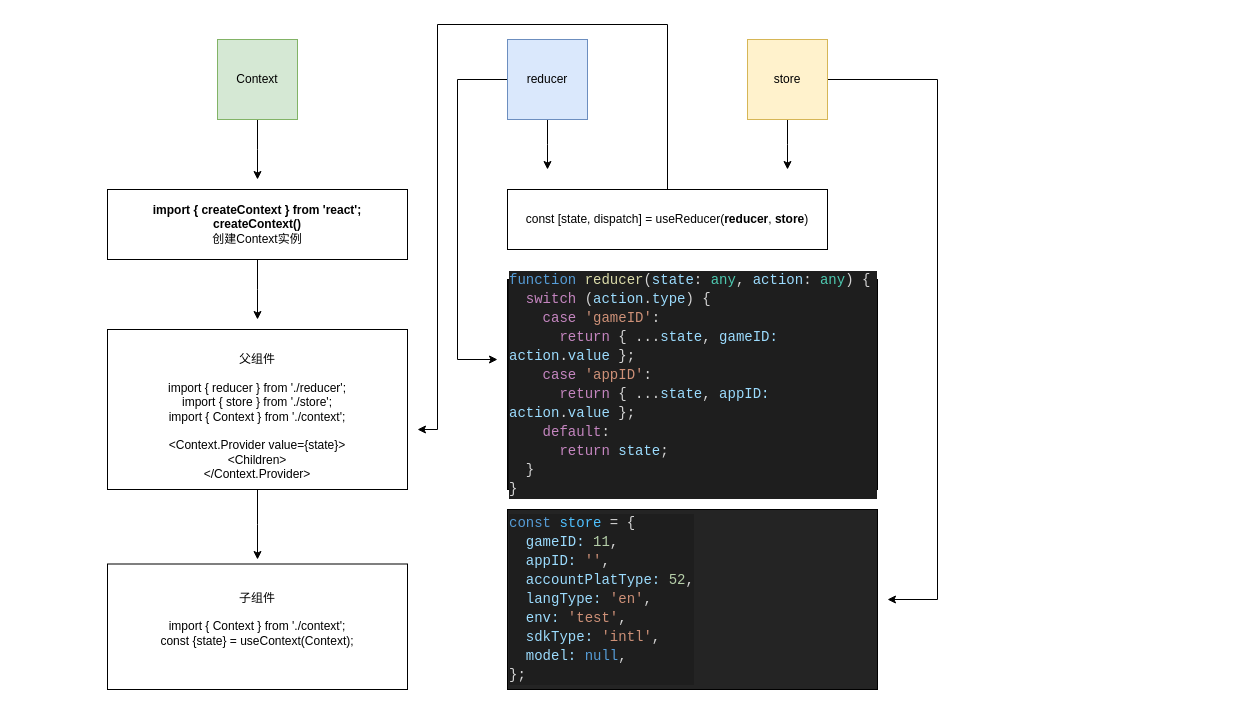
Earlier version of the draw.io diagram reducer状态共享模型.drawio (SuperYun/diagramFile). Source tidied: cells renumbered, new cells numbered last; positions are measured from the earlier drawing's top-left corner, leaving out a move shared by most shapes. Both pictures are drawn from the tidied source at 100%, with x=0, y=0 at pixel (107, 24).
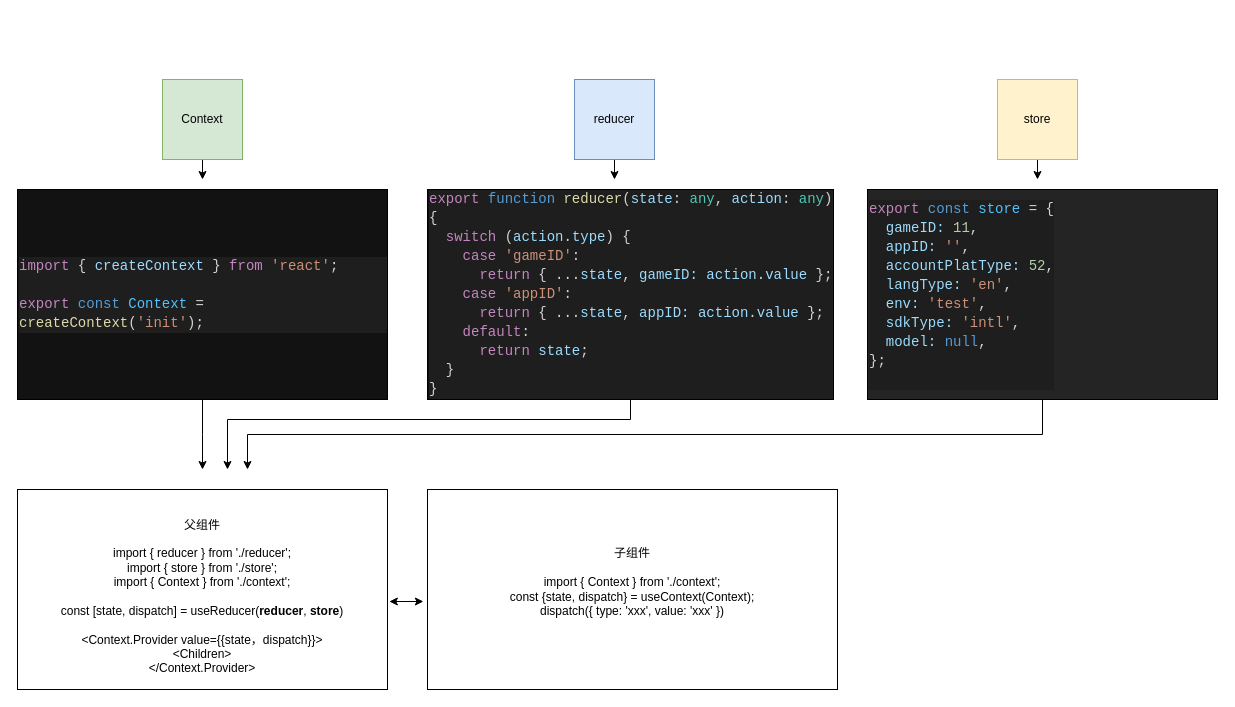
After the change.

Commit message:
Update reducer状态共享模型.drawio

Diff of the diagram source:
```diff
@@
-    <mxCell id="2" style="edgeStyle=orthogonalEdgeStyle;rounded=0;jettySize=auto;html=1;exitX=0;exitY=0.5;exitDx=0;exitDy=0;" parent="1" edge="1" source="4">
-      <mxGeometry relative="1" as="geometry">
-        <mxPoint x="390" y="335" as="targetPoint" />
-        <Array as="points">
-          <mxPoint x="350" y="55" />
-        </Array>
-      </mxGeometry>
-    </mxCell>
     <mxCell id="3" style="edgeStyle=orthogonalEdgeStyle;rounded=0;jettySize=auto;html=1;exitX=0.5;exitY=1;exitDx=0;exitDy=0;" parent="1" edge="1" source="4">
       <mxGeometry relative="1" as="geometry">
-        <mxPoint x="440" y="145" as="targetPoint" />
+        <mxPoint x="507" y="155" as="targetPoint" />
       </mxGeometry>
     </mxCell>
     <mxCell id="4" value="reducer" style="whiteSpace=wrap;html=1;fillColor=#dae8fc;strokeColor=#6c8ebf;" parent="1" vertex="1">
-      <mxGeometry x="400" y="15" width="80" height="80" as="geometry" />
+      <mxGeometry x="467" y="55" width="80" height="80" as="geometry" />
     </mxCell>
     <mxCell id="5" style="edgeStyle=orthogonalEdgeStyle;rounded=0;jettySize=auto;html=1;exitX=0.5;exitY=1;exitDx=0;exitDy=0;" parent="1" edge="1" source="7">
       <mxGeometry relative="1" as="geometry">
-        <mxPoint x="680" y="145" as="targetPoint" />
+        <mxPoint x="930" y="155" as="targetPoint" />
       </mxGeometry>
     </mxCell>
-    <mxCell id="6" style="edgeStyle=orthogonalEdgeStyle;rounded=0;jettySize=auto;html=1;exitX=1;exitY=0.5;exitDx=0;exitDy=0;" parent="1" edge="1" source="7">
-      <mxGeometry relative="1" as="geometry">
-        <mxPoint x="780" y="575" as="targetPoint" />
-        <Array as="points">
-          <mxPoint x="830" y="55" />
-        </Array>
-      </mxGeometry>
-    </mxCell>
     <mxCell id="7" value="store" style="whiteSpace=wrap;html=1;fillColor=#fff2cc;strokeColor=#d6b656;" parent="1" vertex="1">
-      <mxGeometry x="640" y="15" width="80" height="80" as="geometry" />
+      <mxGeometry x="890" y="55" width="80" height="80" as="geometry" />
     </mxCell>
     <mxCell id="8" style="edgeStyle=orthogonalEdgeStyle;rounded=0;jettySize=auto;html=1;exitX=0.5;exitY=1;exitDx=0;exitDy=0;" parent="1" edge="1" source="9">
       <mxGeometry relative="1" as="geometry">
-        <mxPoint x="150" y="155" as="targetPoint" />
+        <mxPoint x="95" y="155" as="targetPoint" />
       </mxGeometry>
     </mxCell>
     <mxCell id="9" value="Context" style="whiteSpace=wrap;html=1;fillColor=#d5e8d4;strokeColor=#82b366;" parent="1" vertex="1">
-      <mxGeometry x="110" y="15" width="80" height="80" as="geometry" />
+      <mxGeometry x="55" y="55" width="80" height="80" as="geometry" />
     </mxCell>
-    <mxCell id="10" style="edgeStyle=orthogonalEdgeStyle;rounded=0;jettySize=auto;html=1;exitX=0.5;exitY=1;exitDx=0;exitDy=0;" parent="1" edge="1" source="11">
-      <mxGeometry relative="1" as="geometry">
-        <mxPoint x="150" y="295" as="targetPoint" />
-      </mxGeometry>
-    </mxCell>
+    <mxCell id="19" style="edgeStyle=orthogonalEdgeStyle;rounded=0;jettySize=auto;html=1;exitX=0.5;exitY=1;exitDx=0;exitDy=0;" parent="1" edge="1" source="11">
+      <mxGeometry relative="1" as="geometry">
+        <mxPoint x="95" y="445" as="targetPoint" />
+      </mxGeometry>
+    </mxCell>
-    <mxCell id="11" value="&lt;b&gt;import { createContext } from 'react';&lt;/b&gt;&lt;br&gt;&lt;b&gt;createContext()&lt;/b&gt;&lt;br&gt;&lt;div&gt;&lt;span&gt;创建Context实例&lt;/span&gt;&lt;/div&gt;" style="rounded=0;whiteSpace=wrap;html=1;align=center;" parent="1" vertex="1">
-      <mxGeometry y="165" width="300" height="70" as="geometry" />
+    <mxCell id="11" value="&lt;div style=&quot;color: rgb(212 , 212 , 212) ; background-color: rgb(30 , 30 , 30) ; font-family: &amp;#34;consolas&amp;#34; , &amp;#34;courier new&amp;#34; , monospace ; font-size: 14px ; line-height: 19px&quot;&gt;&lt;div&gt;&lt;span style=&quot;color: #c586c0&quot;&gt;import&lt;/span&gt; { &lt;span style=&quot;color: #9cdcfe&quot;&gt;createContext&lt;/span&gt; } &lt;span style=&quot;color: #c586c0&quot;&gt;from&lt;/span&gt; &lt;span style=&quot;color: #ce9178&quot;&gt;'react'&lt;/span&gt;;&lt;/div&gt;&lt;br&gt;&lt;div&gt;&lt;span style=&quot;color: #c586c0&quot;&gt;export&lt;/span&gt; &lt;span style=&quot;color: #569cd6&quot;&gt;const&lt;/span&gt; &lt;span style=&quot;color: #4fc1ff&quot;&gt;Context&lt;/span&gt; = &lt;span style=&quot;color: #dcdcaa&quot;&gt;createContext&lt;/span&gt;(&lt;span style=&quot;color: #ce9178&quot;&gt;'init'&lt;/span&gt;);&lt;/div&gt;&lt;/div&gt;" style="rounded=0;whiteSpace=wrap;html=1;align=left;fillColor=#121212;" parent="1" vertex="1">
+      <mxGeometry x="-90" y="165" width="370" height="210" as="geometry" />
     </mxCell>
-    <mxCell id="12" style="edgeStyle=orthogonalEdgeStyle;rounded=0;jettySize=auto;html=1;exitX=0.5;exitY=1;exitDx=0;exitDy=0;" parent="1" edge="1" source="13">
-      <mxGeometry relative="1" as="geometry">
-        <mxPoint x="150" y="535" as="targetPoint" />
-      </mxGeometry>
-    </mxCell>
-    <mxCell id="13" value="&lt;br&gt;父组件&lt;br&gt;&lt;br&gt;&lt;div&gt;import { reducer } from './reducer';&lt;/div&gt;&lt;div&gt;import { store } from './store';&lt;/div&gt;&lt;div&gt;import { Context } from './context';&lt;/div&gt;&lt;br&gt;&amp;lt;Context.Provider value={state}&amp;gt;&lt;br&gt;&amp;lt;Children&amp;gt;&lt;br&gt;&amp;lt;/Context.Provider&amp;gt;" style="rounded=0;whiteSpace=wrap;html=1;" parent="1" vertex="1">
-      <mxGeometry y="305" width="300" height="160" as="geometry" />
+    <mxCell id="13" value="&lt;br&gt;父组件&lt;br&gt;&lt;br&gt;&lt;div&gt;import { reducer } from './reducer';&lt;/div&gt;&lt;div&gt;import { store } from './store';&lt;/div&gt;&lt;div&gt;import { Context } from './context';&lt;/div&gt;&lt;div&gt;&lt;br&gt;&lt;/div&gt;&lt;div&gt;const [state, dispatch] = useReducer(&lt;b&gt;reducer&lt;/b&gt;,&amp;nbsp;&lt;b&gt;store&lt;/b&gt;)&lt;br&gt;&lt;/div&gt;&lt;br&gt;&amp;lt;Context.Provider value={{state，dispatch}}&amp;gt;&lt;br&gt;&amp;lt;Children&amp;gt;&lt;br&gt;&amp;lt;/Context.Provider&amp;gt;" style="rounded=0;whiteSpace=wrap;html=1;" parent="1" vertex="1">
+      <mxGeometry x="-90" y="465" width="370" height="200" as="geometry" />
     </mxCell>
-    <mxCell id="14" style="edgeStyle=orthogonalEdgeStyle;rounded=0;jettySize=auto;html=1;exitX=0.5;exitY=0;exitDx=0;exitDy=0;" parent="1" edge="1" source="15">
-      <mxGeometry relative="1" as="geometry">
-        <mxPoint x="310" y="405" as="targetPoint" />
-        <Array as="points">
-          <mxPoint x="560" />
-          <mxPoint x="330" />
-          <mxPoint x="330" y="405" />
-        </Array>
-      </mxGeometry>
-    </mxCell>
-    <mxCell id="15" value="const [state, dispatch] = useReducer(&lt;b&gt;reducer&lt;/b&gt;, &lt;b&gt;store&lt;/b&gt;)" style="rounded=0;whiteSpace=wrap;html=1;align=center;" parent="1" vertex="1">
-      <mxGeometry x="400" y="165" width="320" height="60" as="geometry" />
-    </mxCell>
+    <mxCell id="20" style="edgeStyle=orthogonalEdgeStyle;rounded=0;jettySize=auto;html=1;exitX=0.5;exitY=1;exitDx=0;exitDy=0;" parent="1" edge="1" source="16">
+      <mxGeometry relative="1" as="geometry">
+        <mxPoint x="120" y="445" as="targetPoint" />
+        <Array as="points">
+          <mxPoint x="523" y="395" />
+          <mxPoint x="120" y="395" />
+        </Array>
+      </mxGeometry>
+    </mxCell>
-    <mxCell id="16" value="&lt;div style=&quot;color: rgb(212 , 212 , 212) ; background-color: rgb(30 , 30 , 30) ; font-family: &amp;#34;consolas&amp;#34; , &amp;#34;courier new&amp;#34; , monospace ; font-size: 14px ; line-height: 19px&quot;&gt;&lt;div&gt;&lt;span style=&quot;color: #569cd6&quot;&gt;function&lt;/span&gt; &lt;span style=&quot;color: #dcdcaa&quot;&gt;reducer&lt;/span&gt;(&lt;span style=&quot;color: #9cdcfe&quot;&gt;state&lt;/span&gt;: &lt;span style=&quot;color: #4ec9b0&quot;&gt;any&lt;/span&gt;, &lt;span style=&quot;color: #9cdcfe&quot;&gt;action&lt;/span&gt;: &lt;span style=&quot;color: #4ec9b0&quot;&gt;any&lt;/span&gt;) {&lt;/div&gt;&lt;div&gt;&amp;nbsp; &lt;span style=&quot;color: #c586c0&quot;&gt;switch&lt;/span&gt; (&lt;span style=&quot;color: #9cdcfe&quot;&gt;action&lt;/span&gt;.&lt;span style=&quot;color: #9cdcfe&quot;&gt;type&lt;/span&gt;) {&lt;/div&gt;&lt;div&gt;&amp;nbsp; &amp;nbsp; &lt;span style=&quot;color: #c586c0&quot;&gt;case&lt;/span&gt; &lt;span style=&quot;color: #ce9178&quot;&gt;'gameID'&lt;/span&gt;:&lt;/div&gt;&lt;div&gt;&amp;nbsp; &amp;nbsp; &amp;nbsp; &lt;span style=&quot;color: #c586c0&quot;&gt;return&lt;/span&gt; { ...&lt;span style=&quot;color: #9cdcfe&quot;&gt;state&lt;/span&gt;, &lt;span style=&quot;color: #9cdcfe&quot;&gt;gameID&lt;/span&gt;&lt;span style=&quot;color: #9cdcfe&quot;&gt;:&lt;/span&gt; &lt;span style=&quot;color: #9cdcfe&quot;&gt;action&lt;/span&gt;.&lt;span style=&quot;color: #9cdcfe&quot;&gt;value&lt;/span&gt; };&lt;/div&gt;&lt;div&gt;&amp;nbsp; &amp;nbsp; &lt;span style=&quot;color: #c586c0&quot;&gt;case&lt;/span&gt; &lt;span style=&quot;color: #ce9178&quot;&gt;'appID'&lt;/span&gt;:&lt;/div&gt;&lt;div&gt;&amp;nbsp; &amp;nbsp; &amp;nbsp; &lt;span style=&quot;color: #c586c0&quot;&gt;return&lt;/span&gt; { ...&lt;span style=&quot;color: #9cdcfe&quot;&gt;state&lt;/span&gt;, &lt;span style=&quot;color: #9cdcfe&quot;&gt;appID&lt;/span&gt;&lt;span style=&quot;color: #9cdcfe&quot;&gt;:&lt;/span&gt; &lt;span style=&quot;color: #9cdcfe&quot;&gt;action&lt;/span&gt;.&lt;span style=&quot;color: #9cdcfe&quot;&gt;value&lt;/span&gt; };&lt;/div&gt;&lt;div&gt;&amp;nbsp; &amp;nbsp; &lt;span style=&quot;color: #c586c0&quot;&gt;default&lt;/span&gt;:&lt;/div&gt;&lt;div&gt;&amp;nbsp; &amp;nbsp; &amp;nbsp; &lt;span style=&quot;color: #c586c0&quot;&gt;return&lt;/span&gt; &lt;span style=&quot;color: #9cdcfe&quot;&gt;state&lt;/span&gt;;&lt;/div&gt;&lt;div&gt;&amp;nbsp; }&lt;/div&gt;&lt;div&gt;}&lt;/div&gt;&lt;/div&gt;" style="rounded=0;whiteSpace=wrap;html=1;align=left;fillColor=#0F0F0F;" parent="1" vertex="1">
-      <mxGeometry x="400" y="255" width="370" height="210" as="geometry" />
+    <mxCell id="16" value="&lt;div style=&quot;color: rgb(212 , 212 , 212) ; background-color: rgb(30 , 30 , 30) ; font-family: &amp;#34;consolas&amp;#34; , &amp;#34;courier new&amp;#34; , monospace ; font-size: 14px ; line-height: 19px&quot;&gt;&lt;div style=&quot;font-family: &amp;#34;consolas&amp;#34; , &amp;#34;courier new&amp;#34; , monospace ; line-height: 19px&quot;&gt;&lt;div&gt;&lt;span style=&quot;color: #c586c0&quot;&gt;export&lt;/span&gt; &lt;span style=&quot;color: #569cd6&quot;&gt;function&lt;/span&gt; &lt;span style=&quot;color: #dcdcaa&quot;&gt;reducer&lt;/span&gt;(&lt;span style=&quot;color: #9cdcfe&quot;&gt;state&lt;/span&gt;: &lt;span style=&quot;color: #4ec9b0&quot;&gt;any&lt;/span&gt;, &lt;span style=&quot;color: #9cdcfe&quot;&gt;action&lt;/span&gt;: &lt;span style=&quot;color: #4ec9b0&quot;&gt;any&lt;/span&gt;) {&lt;/div&gt;&lt;div&gt;&amp;nbsp; &lt;span style=&quot;color: #c586c0&quot;&gt;switch&lt;/span&gt; (&lt;span style=&quot;color: #9cdcfe&quot;&gt;action&lt;/span&gt;.&lt;span style=&quot;color: #9cdcfe&quot;&gt;type&lt;/span&gt;) {&lt;/div&gt;&lt;div&gt;&amp;nbsp; &amp;nbsp; &lt;span style=&quot;color: #c586c0&quot;&gt;case&lt;/span&gt; &lt;span style=&quot;color: #ce9178&quot;&gt;'gameID'&lt;/span&gt;:&lt;/div&gt;&lt;div&gt;&amp;nbsp; &amp;nbsp; &amp;nbsp; &lt;span style=&quot;color: #c586c0&quot;&gt;return&lt;/span&gt; { ...&lt;span style=&quot;color: #9cdcfe&quot;&gt;state&lt;/span&gt;, &lt;span style=&quot;color: #9cdcfe&quot;&gt;gameID&lt;/span&gt;&lt;span style=&quot;color: #9cdcfe&quot;&gt;:&lt;/span&gt; &lt;span style=&quot;color: #9cdcfe&quot;&gt;action&lt;/span&gt;.&lt;span style=&quot;color: #9cdcfe&quot;&gt;value&lt;/span&gt; };&lt;/div&gt;&lt;div&gt;&amp;nbsp; &amp;nbsp; &lt;span style=&quot;color: #c586c0&quot;&gt;case&lt;/span&gt; &lt;span style=&quot;color: #ce9178&quot;&gt;'appID'&lt;/span&gt;:&lt;/div&gt;&lt;div&gt;&amp;nbsp; &amp;nbsp; &amp;nbsp; &lt;span style=&quot;color: #c586c0&quot;&gt;return&lt;/span&gt; { ...&lt;span style=&quot;color: #9cdcfe&quot;&gt;state&lt;/span&gt;, &lt;span style=&quot;color: #9cdcfe&quot;&gt;appID&lt;/span&gt;&lt;span style=&quot;color: #9cdcfe&quot;&gt;:&lt;/span&gt; &lt;span style=&quot;color: #9cdcfe&quot;&gt;action&lt;/span&gt;.&lt;span style=&quot;color: #9cdcfe&quot;&gt;value&lt;/span&gt; };&lt;/div&gt;&lt;div&gt;&amp;nbsp; &amp;nbsp; &lt;span style=&quot;color: #c586c0&quot;&gt;default&lt;/span&gt;:&lt;/div&gt;&lt;div&gt;&amp;nbsp; &amp;nbsp; &amp;nbsp; &lt;span style=&quot;color: #c586c0&quot;&gt;return&lt;/span&gt; &lt;span style=&quot;color: #9cdcfe&quot;&gt;state&lt;/span&gt;;&lt;/div&gt;&lt;div&gt;&amp;nbsp; }&lt;/div&gt;&lt;div&gt;}&lt;/div&gt;&lt;/div&gt;&lt;/div&gt;" style="rounded=0;whiteSpace=wrap;html=1;align=left;fillColor=#0F0F0F;" parent="1" vertex="1">
+      <mxGeometry x="320" y="165" width="406" height="210" as="geometry" />
     </mxCell>
+    <mxCell id="21" style="edgeStyle=orthogonalEdgeStyle;rounded=0;jettySize=auto;html=1;exitX=0.5;exitY=1;exitDx=0;exitDy=0;" parent="1" edge="1" source="17">
+      <mxGeometry relative="1" as="geometry">
+        <mxPoint x="140" y="445" as="targetPoint" />
+        <Array as="points">
+          <mxPoint x="935" y="410" />
+          <mxPoint x="140" y="410" />
+          <mxPoint x="140" y="445" />
+        </Array>
+      </mxGeometry>
+    </mxCell>
-    <mxCell id="17" value="&lt;div style=&quot;color: rgb(212 , 212 , 212) ; background-color: rgb(30 , 30 , 30) ; font-family: &amp;#34;consolas&amp;#34; , &amp;#34;courier new&amp;#34; , monospace ; font-size: 14px ; line-height: 19px&quot;&gt;&lt;div&gt;&lt;span style=&quot;color: #569cd6&quot;&gt;const&lt;/span&gt; &lt;span style=&quot;color: #4fc1ff&quot;&gt;store&lt;/span&gt; = {&lt;/div&gt;&lt;div&gt;&amp;nbsp; &lt;span style=&quot;color: #9cdcfe&quot;&gt;gameID&lt;/span&gt;&lt;span style=&quot;color: #9cdcfe&quot;&gt;:&lt;/span&gt; &lt;span style=&quot;color: #b5cea8&quot;&gt;11&lt;/span&gt;,&lt;/div&gt;&lt;div&gt;&amp;nbsp; &lt;span style=&quot;color: #9cdcfe&quot;&gt;appID&lt;/span&gt;&lt;span style=&quot;color: #9cdcfe&quot;&gt;:&lt;/span&gt; &lt;span style=&quot;color: #ce9178&quot;&gt;''&lt;/span&gt;,&lt;/div&gt;&lt;div&gt;&amp;nbsp; &lt;span style=&quot;color: #9cdcfe&quot;&gt;accountPlatType&lt;/span&gt;&lt;span style=&quot;color: #9cdcfe&quot;&gt;:&lt;/span&gt; &lt;span style=&quot;color: #b5cea8&quot;&gt;52&lt;/span&gt;,&lt;/div&gt;&lt;div&gt;&amp;nbsp; &lt;span style=&quot;color: #9cdcfe&quot;&gt;langType&lt;/span&gt;&lt;span style=&quot;color: #9cdcfe&quot;&gt;:&lt;/span&gt; &lt;span style=&quot;color: #ce9178&quot;&gt;'en'&lt;/span&gt;,&lt;/div&gt;&lt;div&gt;&amp;nbsp; &lt;span style=&quot;color: #9cdcfe&quot;&gt;env&lt;/span&gt;&lt;span style=&quot;color: #9cdcfe&quot;&gt;:&lt;/span&gt; &lt;span style=&quot;color: #ce9178&quot;&gt;'test'&lt;/span&gt;,&lt;/div&gt;&lt;div&gt;&amp;nbsp; &lt;span style=&quot;color: #9cdcfe&quot;&gt;sdkType&lt;/span&gt;&lt;span style=&quot;color: #9cdcfe&quot;&gt;:&lt;/span&gt; &lt;span style=&quot;color: #ce9178&quot;&gt;'intl'&lt;/span&gt;,&lt;/div&gt;&lt;div&gt;&amp;nbsp; &lt;span style=&quot;color: #9cdcfe&quot;&gt;model&lt;/span&gt;&lt;span style=&quot;color: #9cdcfe&quot;&gt;:&lt;/span&gt; &lt;span style=&quot;color: #569cd6&quot;&gt;null&lt;/span&gt;,&lt;/div&gt;&lt;div&gt;};&lt;/div&gt;&lt;/div&gt;" style="rounded=0;whiteSpace=wrap;html=1;align=left;fillColor=#242424;" parent="1" vertex="1">
-      <mxGeometry x="400" y="485" width="370" height="180" as="geometry" />
+    <mxCell id="17" value="&lt;div style=&quot;color: rgb(212 , 212 , 212) ; background-color: rgb(30 , 30 , 30) ; font-family: &amp;#34;consolas&amp;#34; , &amp;#34;courier new&amp;#34; , monospace ; font-size: 14px ; line-height: 19px&quot;&gt;&lt;div style=&quot;font-family: &amp;#34;consolas&amp;#34; , &amp;#34;courier new&amp;#34; , monospace ; line-height: 19px&quot;&gt;&lt;div&gt;&lt;span style=&quot;color: #c586c0&quot;&gt;export&lt;/span&gt; &lt;span style=&quot;color: #569cd6&quot;&gt;const&lt;/span&gt; &lt;span style=&quot;color: #4fc1ff&quot;&gt;store&lt;/span&gt; = {&lt;/div&gt;&lt;div&gt;&amp;nbsp; &lt;span style=&quot;color: #9cdcfe&quot;&gt;gameID&lt;/span&gt;&lt;span style=&quot;color: #9cdcfe&quot;&gt;:&lt;/span&gt; &lt;span style=&quot;color: #b5cea8&quot;&gt;11&lt;/span&gt;,&lt;/div&gt;&lt;div&gt;&amp;nbsp; &lt;span style=&quot;color: #9cdcfe&quot;&gt;appID&lt;/span&gt;&lt;span style=&quot;color: #9cdcfe&quot;&gt;:&lt;/span&gt; &lt;span style=&quot;color: #ce9178&quot;&gt;''&lt;/span&gt;,&lt;/div&gt;&lt;div&gt;&amp;nbsp; &lt;span style=&quot;color: #9cdcfe&quot;&gt;accountPlatType&lt;/span&gt;&lt;span style=&quot;color: #9cdcfe&quot;&gt;:&lt;/span&gt; &lt;span style=&quot;color: #b5cea8&quot;&gt;52&lt;/span&gt;,&lt;/div&gt;&lt;div&gt;&amp;nbsp; &lt;span style=&quot;color: #9cdcfe&quot;&gt;langType&lt;/span&gt;&lt;span style=&quot;color: #9cdcfe&quot;&gt;:&lt;/span&gt; &lt;span style=&quot;color: #ce9178&quot;&gt;'en'&lt;/span&gt;,&lt;/div&gt;&lt;div&gt;&amp;nbsp; &lt;span style=&quot;color: #9cdcfe&quot;&gt;env&lt;/span&gt;&lt;span style=&quot;color: #9cdcfe&quot;&gt;:&lt;/span&gt; &lt;span style=&quot;color: #ce9178&quot;&gt;'test'&lt;/span&gt;,&lt;/div&gt;&lt;div&gt;&amp;nbsp; &lt;span style=&quot;color: #9cdcfe&quot;&gt;sdkType&lt;/span&gt;&lt;span style=&quot;color: #9cdcfe&quot;&gt;:&lt;/span&gt; &lt;span style=&quot;color: #ce9178&quot;&gt;'intl'&lt;/span&gt;,&lt;/div&gt;&lt;div&gt;&amp;nbsp; &lt;span style=&quot;color: #9cdcfe&quot;&gt;model&lt;/span&gt;&lt;span style=&quot;color: #9cdcfe&quot;&gt;:&lt;/span&gt; &lt;span style=&quot;color: #569cd6&quot;&gt;null&lt;/span&gt;,&lt;/div&gt;&lt;div&gt;};&lt;/div&gt;&lt;br&gt;&lt;/div&gt;&lt;/div&gt;" style="rounded=0;whiteSpace=wrap;html=1;align=left;fillColor=#242424;" parent="1" vertex="1">
+      <mxGeometry x="760" y="165" width="350" height="210" as="geometry" />
     </mxCell>
-    <mxCell id="18" value="子组件&lt;br&gt;&lt;br&gt;&lt;div&gt;import { Context } from './context';&lt;/div&gt;&lt;div&gt;const {state} = useContext(Context);&lt;/div&gt;&lt;div&gt;&lt;br&gt;&lt;/div&gt;" style="rounded=0;whiteSpace=wrap;html=1;fillColor=#FFFFFF;" parent="1" vertex="1">
-      <mxGeometry y="539.5" width="300" height="125.5" as="geometry" />
+    <mxCell id="18" value="子组件&lt;br&gt;&lt;br&gt;&lt;div&gt;import { Context } from './context';&lt;/div&gt;&lt;div&gt;const {state, dispatch} = useContext(Context);&lt;/div&gt;&lt;div&gt;dispatch({ type: 'xxx', value: 'xxx' })&lt;br&gt;&lt;/div&gt;&lt;div&gt;&lt;br&gt;&lt;/div&gt;" style="rounded=0;whiteSpace=wrap;html=1;fillColor=#FFFFFF;" parent="1" vertex="1">
+      <mxGeometry x="320" y="465" width="410" height="200" as="geometry" />
     </mxCell>
+    <mxCell id="22" style="endArrow=classic;startArrow=classic;html=1;rounded=0;exitX=1.005;exitY=0.56;exitDx=0;exitDy=0;exitPerimeter=0;entryX=-0.01;entryY=0.56;entryDx=0;entryDy=0;entryPerimeter=0;" parent="1" edge="1" source="13" target="18">
+      <mxGeometry relative="1" as="geometry" />
+    </mxCell>
```
